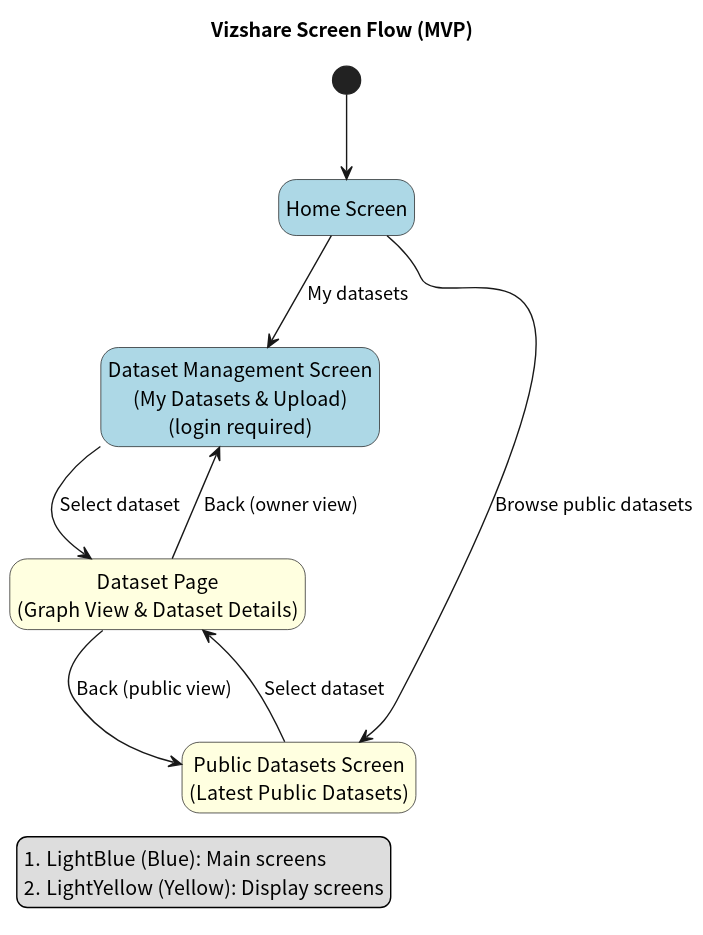
Above: docs/screen_flow/screen_flow_diagram/screen_flow_vizshare.svg in tomoki-shiozaki/vizshare (PlantUML), before the change.
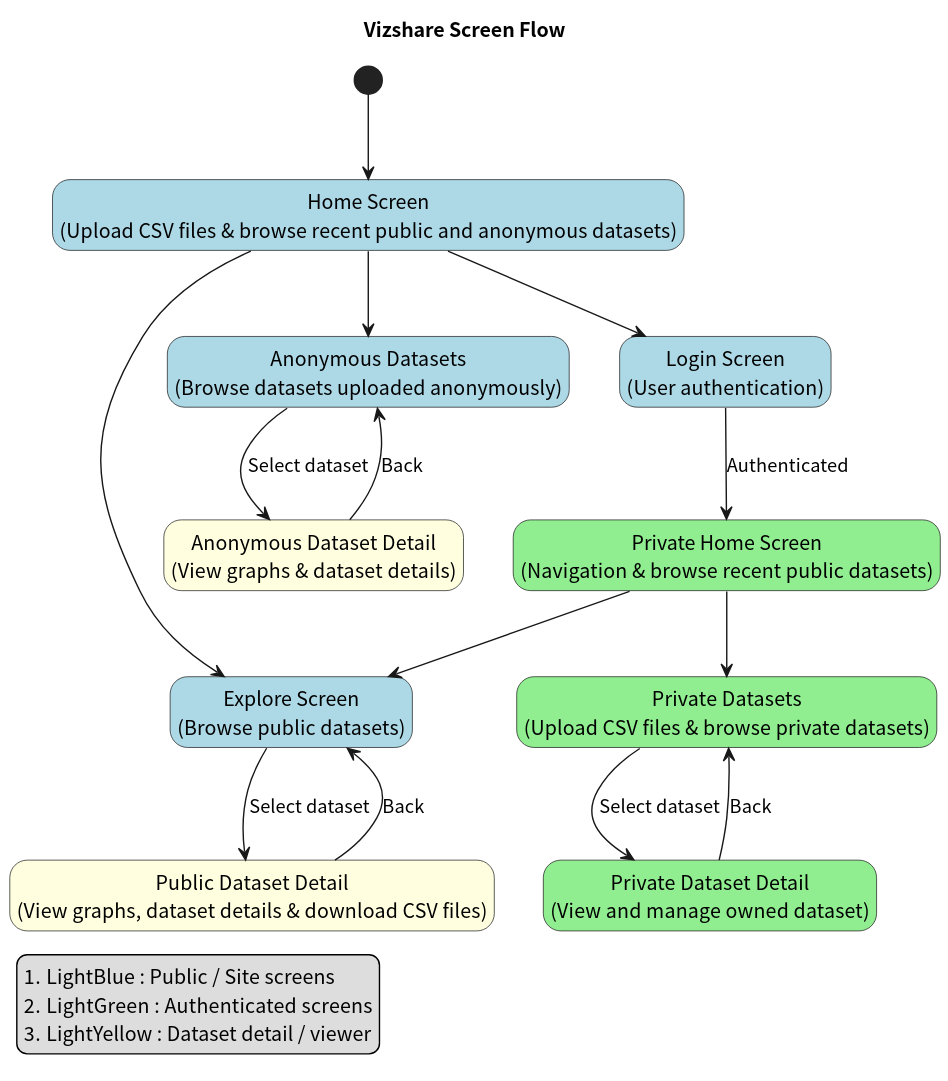
After the commit.

The edit, as a diff of the source:
```diff
@@ -2,26 +2,69 @@
 skinparam defaultFontName "Noto Sans CJK JP"
 hide empty description
 
-title Vizshare Screen Flow (MVP)
+title Vizshare Screen Flow
 
 legend left
-#LightBlue (Blue): Main screens
-#LightYellow (Yellow): Display screens
+#LightBlue : Public / Site screens
+#LightGreen : Authenticated screens
+#LightYellow : Dataset detail / viewer
 end legend
+
 
 [*] --> home
 
-state "Home Screen" as home #LightBlue
-state "Dataset Management Screen\n(My Datasets & Upload)\n(login required)" as datasetManagement #LightBlue
-state "Public Datasets Screen\n(Latest Public Datasets)" as publicDatasets #LightYellow
-state "Dataset Page\n(Graph View & Dataset Details)" as datasetView #LightYellow
 
-home --> datasetManagement : My datasets
-home --> publicDatasets : Browse public datasets
 
-datasetManagement --> datasetView : Select dataset
-publicDatasets --> datasetView : Select dataset
+state "Home Screen\n(Upload CSV files & browse recent public and anonymous datasets)" as home #LightBlue
 
-datasetView --> datasetManagement : Back (owner view)
-datasetView --> publicDatasets : Back (public view)
+state "Explore Screen\n(Browse public datasets)" as explore #LightBlue
+
+state "Public Dataset Detail\n(View graphs, dataset details & download CSV files)" as publicDatasetView #LightYellow
+
+state "Anonymous Datasets\n(Browse datasets uploaded anonymously)" as anonymousDatasets #LightBlue
+
+state "Anonymous Dataset Detail\n(View graphs & dataset details)" as anonymousDatasetView #LightYellow
+
+
+home --> explore
+
+home --> anonymousDatasets
+
+
+explore --> publicDatasetView : Select dataset
+
+anonymousDatasets --> anonymousDatasetView : Select dataset
+
+
+
+state "Login Screen\n(User authentication)" as login #LightBlue
+
+
+home --> login
+
+
+
+state "Private Home Screen\n(Navigation & browse recent public datasets)" as privateHome #LightGreen
+
+state "Private Datasets\n(Upload CSV files & browse private datasets)" as datasetManagement #LightGreen
+
+state "Private Dataset Detail\n(View and manage owned dataset)" as privateDatasetView #LightGreen
+
+
+login --> privateHome : Authenticated
+
+privateHome --> explore
+
+privateHome --> datasetManagement
+
+
+datasetManagement --> privateDatasetView : Select dataset
+
+
+
+publicDatasetView --> explore : Back
+
+anonymousDatasetView --> anonymousDatasets : Back
+
+privateDatasetView --> datasetManagement : Back
 @enduml
```
